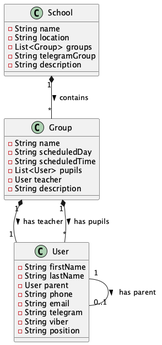
nick-barban/roboroxtestbot keeps this PlantUML diagram as School Structure.png. Above is the earlier version.
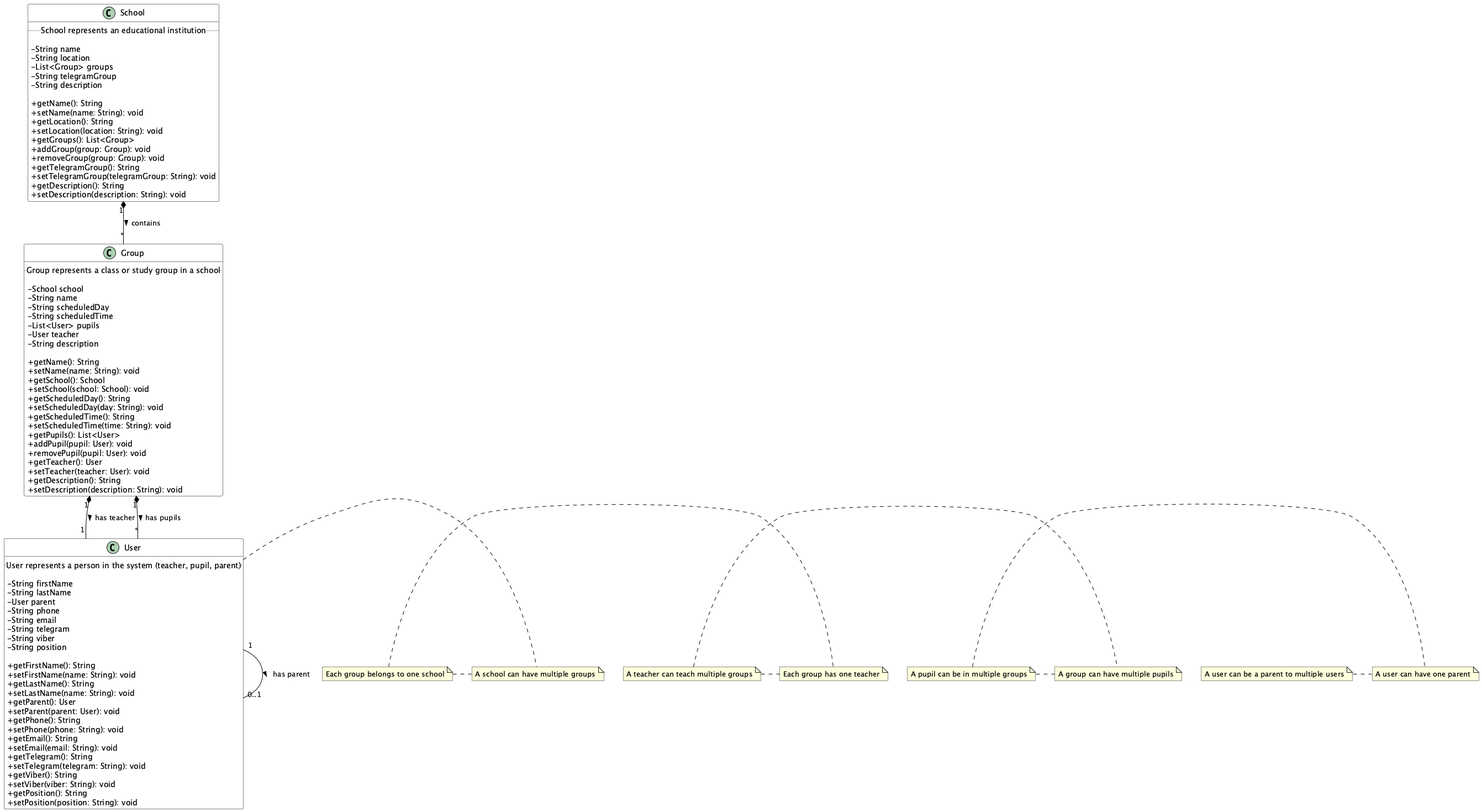
After the commit.

Commit message:
[RRTB-10] Improve UML diagram with access methods and documentation (#20)

* RRTB-10: Improve UML diagram with access methods and documentation

* [RRTB-10] replace link to groups from School and add link to School from Group

* RRTB-10: Update UML diagram with improved documentation and organization

---------

What changed in the source:
```diff
@@ -1,23 +1,65 @@
 @startuml School Structure
 
+skinparam classAttributeIconSize 0
+skinparam class {
+    BackgroundColor White
+    ArrowColor Black
+    BorderColor Black
+}
+
 class School {
+    .. School represents an educational institution ..
+
     - String name
     - String location
     - List<Group> groups
     - String telegramGroup
     - String description
+
+    + getName(): String
+    + setName(name: String): void
+    + getLocation(): String
+    + setLocation(location: String): void
+    + getGroups(): List<Group>
+    + addGroup(group: Group): void
+    + removeGroup(group: Group): void
+    + getTelegramGroup(): String
+    + setTelegramGroup(telegramGroup: String): void
+    + getDescription(): String
+    + setDescription(description: String): void
 }
 
 class Group {
+    .. Group represents a class or study group in a school ..
+
+    - School school
     - String name
     - String scheduledDay
     - String scheduledTime
     - List<User> pupils
     - User teacher
     - String description
+
+    + getName(): String
+    + setName(name: String): void
+    + getSchool(): School
+    + setSchool(school: School): void
+    + getScheduledDay(): String
+    + setScheduledDay(day: String): void
+    + getScheduledTime(): String
+    + setScheduledTime(time: String): void
+    + getPupils(): List<User>
+    + addPupil(pupil: User): void
+    + removePupil(pupil: User): void
+    + getTeacher(): User
+    + setTeacher(teacher: User): void
+    + getDescription(): String
+    + setDescription(description: String): void
 }
 
 class User {
+    .. User represents a person in the system (teacher, pupil, parent) ..
+
     - String firstName
     - String lastName
     - User parent
@@ -26,11 +68,39 @@
     - String telegram
     - String viber
     - String position
+
+    + getFirstName(): String
+    + setFirstName(name: String): void
+    + getLastName(): String
+    + setLastName(name: String): void
+    + getParent(): User
+    + setParent(parent: User): void
+    + getPhone(): String
+    + setPhone(phone: String): void
+    + getEmail(): String
+    + setEmail(email: String): void
+    + getTelegram(): String
+    + setTelegram(telegram: String): void
+    + getViber(): String
+    + setViber(viber: String): void
+    + getPosition(): String
+    + setPosition(position: String): void
 }
 
 School "1" *-- "*" Group : contains >
+note right: A school can have multiple groups
+note left: Each group belongs to one school
+
 Group "1" *-- "1" User : has teacher >
+note right: Each group has one teacher
+note left: A teacher can teach multiple groups
+
 Group "1" *-- "*" User : has pupils >
+note right: A group can have multiple pupils
+note left: A pupil can be in multiple groups
+
 User "1" -- "0..1" User : has parent >
+note right: A user can have one parent
+note left: A user can be a parent to multiple users
 
 @enduml
```
